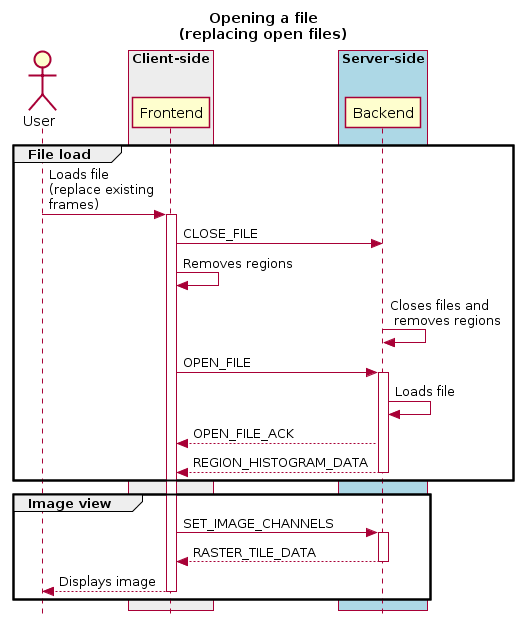
The PlantUML diagram docs/images/image19.png in CARTAvis/carta-protobuf, before a commit. The source it was exported from:
```plantuml
@startuml
skinparam style strictuml
hide footbox
title Opening a file\n(replacing open files)

actor User
box "Client-side"  #EDEDED
        participant Frontend
end box

box "Server-side" #lightblue
	participant Backend
end box
group File load
User -> Frontend : Loads file\n(replace existing\nframes)
activate Frontend
Frontend -> Backend : CLOSE_FILE
Frontend -> Frontend : Removes regions
Backend -> Backend : Closes files and\n removes regions
Frontend -> Backend : OPEN_FILE
activate Backend
Backend -> Backend : Loads file
Frontend <-- Backend : OPEN_FILE_ACK
Frontend <-- Backend : REGION_HISTOGRAM_DATA
deactivate Backend
end
group Image view
Frontend -> Backend : SET_IMAGE_CHANNELS
activate Backend
Frontend <-- Backend : RASTER_TILE_DATA
deactivate Backend
User <-- Frontend: Displays image
deactivate Frontend
end
@enduml
```
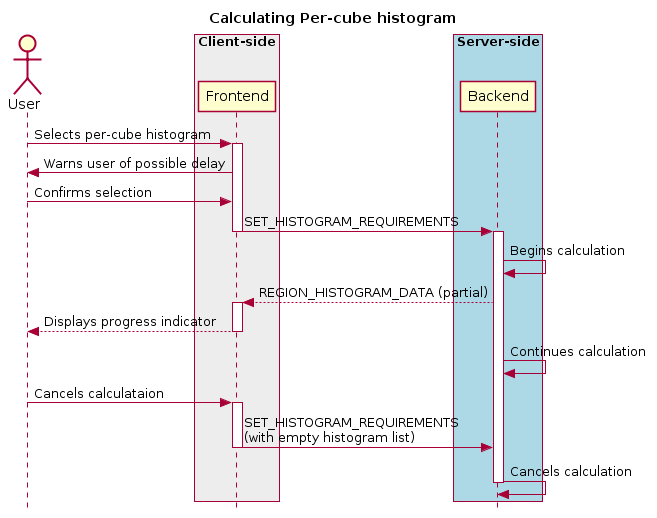
The same file after the commit.

Change to the diagram source:
```diff
@@ -1,35 +1,34 @@
 @startuml
 skinparam style strictuml
 hide footbox
-title Opening a file\n(replacing open files)
-
+title Calculating Per-cube histogram
 actor User
-box "Client-side"  #EDEDED
+box "Client-side" #EDEDED
         participant Frontend
 end box
 
 box "Server-side" #lightblue
 	participant Backend
 end box
-group File load
-User -> Frontend : Loads file\n(replace existing\nframes)
+User -> Frontend: Selects per-cube histogram
 activate Frontend
-Frontend -> Backend : CLOSE_FILE
-Frontend -> Frontend : Removes regions
-Backend -> Backend : Closes files and\n removes regions
-Frontend -> Backend : OPEN_FILE
+Frontend -> User: Warns user of possible delay
+User -> Frontend: Confirms selection
+Frontend -> Backend : SET_HISTOGRAM_REQUIREMENTS
+deactivate Frontend
+
 activate Backend
-Backend -> Backend : Loads file
-Frontend <-- Backend : OPEN_FILE_ACK
-Frontend <-- Backend : REGION_HISTOGRAM_DATA
+Backend -> Backend: Begins calculation
+Frontend <-- Backend: REGION_HISTOGRAM_DATA (partial)
+activate Frontend
+User <-- Frontend: Displays progress indicator
+deactivate Frontend
+
+Backend -> Backend: Continues calculation
+User -> Frontend: Cancels calculataion
+activate Frontend
+Frontend -> Backend: SET_HISTOGRAM_REQUIREMENTS\n(with empty histogram list)
+deactivate Frontend
+Backend -> Backend: Cancels calculation
 deactivate Backend
-end
-group Image view
-Frontend -> Backend : SET_IMAGE_CHANNELS
-activate Backend
-Frontend <-- Backend : RASTER_TILE_DATA
-deactivate Backend
-User <-- Frontend: Displays image
-deactivate Frontend
-end
 @enduml
```
